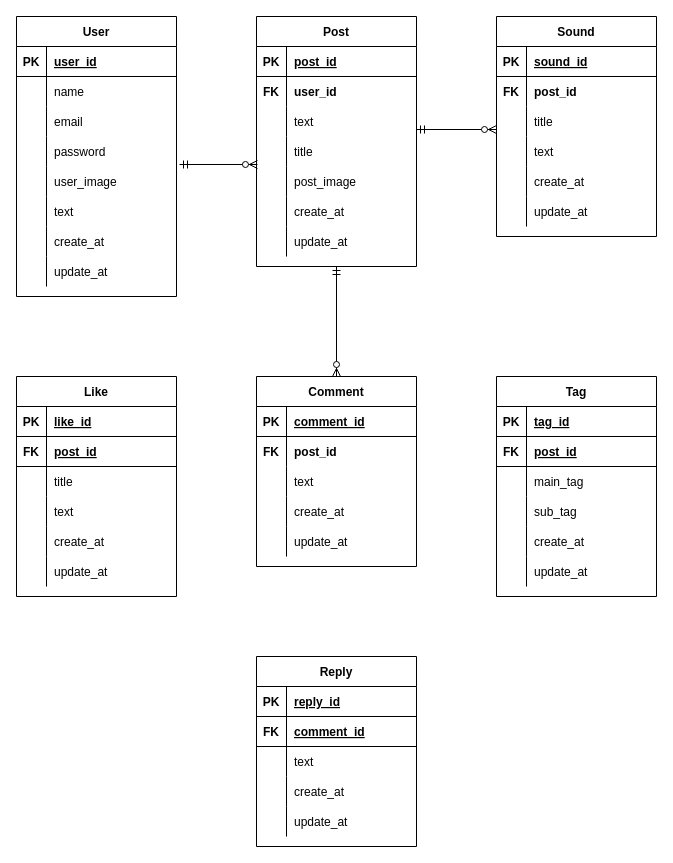
ueki397/test keeps this draw.io diagram as page "ページ3" (3 of 3) of portfolio.drawio. Above is the earlier version. Source tidied: cells renumbered, new cells numbered last; positions are measured from the earlier drawing's top-left corner, leaving out a move shared by most shapes. Both pictures are drawn from the tidied source at 100%, with x=0, y=0 at pixel (16, 16).
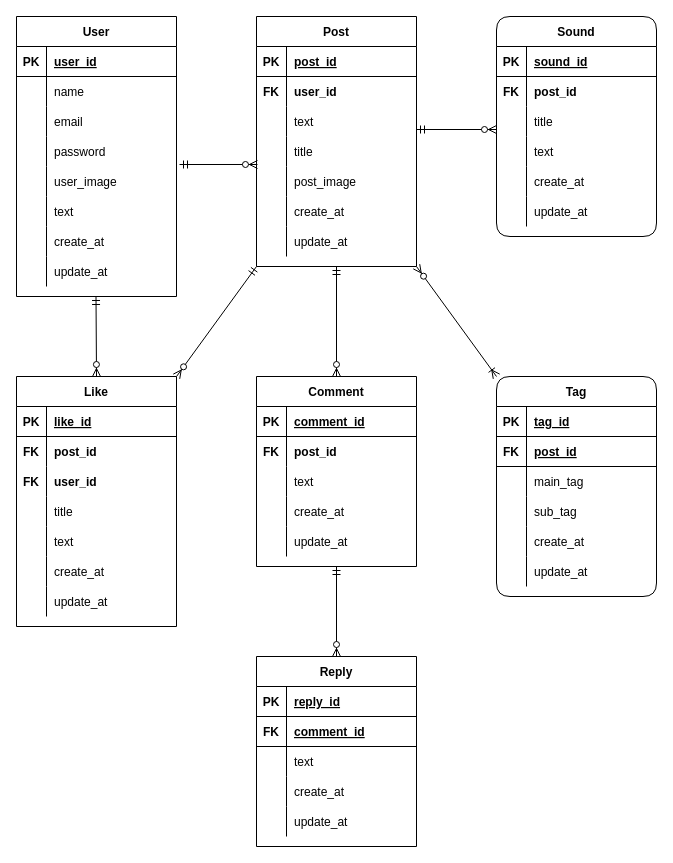
The same page after the edit.

The change refers to these unchanged cells:
```xml
<mxCell id="27" value="Post" style="shape=table;startSize=30;childLayout=tableLayout;rowLines=0;fontStyle=1;align=center;" parent="1" vertex="1">
  <mxGeometry x="240" width="160" height="250" as="geometry" />
</mxCell>
```

Diff of the diagram source:
```diff
@@
-    <mxCell id="49" value="Sound" style="shape=table;startSize=30;childLayout=tableLayout;rowLines=0;fontStyle=1;align=center;" parent="1" vertex="1">
+    <mxCell id="49" value="Sound" style="shape=table;startSize=30;childLayout=tableLayout;rowLines=0;fontStyle=1;align=center;rounded=1;" parent="1" vertex="1">
       <mxGeometry x="480" width="160" height="220" as="geometry" />
     </mxCell>
@@
-    <mxCell id="68" value="Tag" style="shape=table;startSize=30;childLayout=tableLayout;rowLines=0;fontStyle=1;align=center;" parent="1" vertex="1">
+    <mxCell id="68" value="Tag" style="shape=table;startSize=30;childLayout=tableLayout;rowLines=0;fontStyle=1;align=center;rounded=1;" parent="1" vertex="1">
       <mxGeometry x="480" y="360" width="160" height="220" as="geometry" />
     </mxCell>
@@
-    <mxCell id="87" value="Comment" style="shape=table;startSize=30;childLayout=tableLayout;rowLines=0;fontStyle=1;align=center;" parent="1" vertex="1">
+    <mxCell id="87" value="Comment" style="shape=table;startSize=30;childLayout=tableLayout;rowLines=0;fontStyle=1;align=center;rounded=0;" parent="1" vertex="1">
       <mxGeometry x="240" y="360" width="160" height="190" as="geometry" />
     </mxCell>
@@
-    <mxCell id="103" value="Reply" style="shape=table;startSize=30;childLayout=tableLayout;rowLines=0;fontStyle=1;align=center;" parent="1" vertex="1">
+    <mxCell id="103" value="Reply" style="shape=table;startSize=30;childLayout=tableLayout;rowLines=0;fontStyle=1;align=center;rounded=0;sketch=0;" parent="1" vertex="1">
       <mxGeometry x="240" y="640" width="160" height="190" as="geometry" />
     </mxCell>
@@
-    <mxCell id="119" value="Like" style="shape=table;startSize=30;childLayout=tableLayout;rowLines=0;fontStyle=1;align=center;" parent="1" vertex="1">
-      <mxGeometry y="360" width="160" height="220" as="geometry" />
+    <mxCell id="119" value="Like" style="shape=table;startSize=30;childLayout=tableLayout;rowLines=0;fontStyle=1;align=center;rounded=0;" parent="1" vertex="1">
+      <mxGeometry y="360" width="160" height="250" as="geometry" />
     </mxCell>
@@
-    <mxCell id="123" style="shape=partialRectangle;fillColor=none;top=0;left=0;bottom=1;right=0;" parent="119" vertex="1">
-      <mxGeometry y="60" width="160" height="30" as="geometry" />
-    </mxCell>
-    <mxCell id="124" value="FK" style="shape=partialRectangle;fillColor=none;top=0;left=0;bottom=0;right=0;fontStyle=1;overflow=hidden;" parent="123" vertex="1">
-      <mxGeometry width="30" height="30" as="geometry" />
-    </mxCell>
+    <mxCell id="141" style="shape=partialRectangle;fillColor=none;top=0;left=0;bottom=0;right=0;" parent="119" vertex="1">
+      <mxGeometry y="60" width="160" height="30" as="geometry" />
+    </mxCell>
+    <mxCell id="142" value="FK" style="shape=partialRectangle;fillColor=none;top=0;left=0;bottom=0;right=0;overflow=hidden;fontStyle=1;" parent="141" vertex="1">
+      <mxGeometry width="30" height="30" as="geometry" />
+    </mxCell>
-    <mxCell id="125" value="post_id" style="shape=partialRectangle;fillColor=none;top=0;left=0;bottom=0;right=0;align=left;spacingLeft=6;fontStyle=5;overflow=hidden;" parent="123" vertex="1">
+    <mxCell id="125" value="post_id" style="shape=partialRectangle;fillColor=none;top=0;left=0;bottom=0;right=0;align=left;spacingLeft=6;overflow=hidden;fontStyle=1;" parent="141" vertex="1">
       <mxGeometry x="30" width="130" height="30" as="geometry" />
     </mxCell>
+    <mxCell id="143" style="shape=partialRectangle;fillColor=none;top=0;left=0;bottom=0;right=0;" parent="119" vertex="1">
+      <mxGeometry y="90" width="160" height="30" as="geometry" />
+    </mxCell>
+    <mxCell id="144" value="FK" style="shape=partialRectangle;fillColor=none;top=0;left=0;bottom=0;right=0;overflow=hidden;fontStyle=1;" parent="143" vertex="1">
+      <mxGeometry width="30" height="30" as="geometry" />
+    </mxCell>
+    <mxCell id="145" value="user_id" style="shape=partialRectangle;fillColor=none;top=0;left=0;bottom=0;right=0;align=left;spacingLeft=6;overflow=hidden;fontStyle=1;" parent="143" vertex="1">
+      <mxGeometry x="30" width="130" height="30" as="geometry" />
+    </mxCell>
     <mxCell id="126" style="shape=partialRectangle;fillColor=none;top=0;left=0;bottom=0;right=0;" parent="119" vertex="1">
-      <mxGeometry y="90" width="160" height="30" as="geometry" />
+      <mxGeometry y="120" width="160" height="30" as="geometry" />
     </mxCell>
@@
     <mxCell id="129" style="shape=partialRectangle;fillColor=none;top=0;left=0;bottom=0;right=0;" parent="119" vertex="1">
-      <mxGeometry y="120" width="160" height="30" as="geometry" />
+      <mxGeometry y="150" width="160" height="30" as="geometry" />
     </mxCell>
@@
     <mxCell id="132" style="shape=partialRectangle;fillColor=none;top=0;left=0;bottom=0;right=0;" parent="119" vertex="1">
-      <mxGeometry y="150" width="160" height="30" as="geometry" />
+      <mxGeometry y="180" width="160" height="30" as="geometry" />
     </mxCell>
@@
     <mxCell id="135" style="shape=partialRectangle;fillColor=none;top=0;left=0;bottom=0;right=0;" parent="119" vertex="1">
-      <mxGeometry y="180" width="160" height="30" as="geometry" />
+      <mxGeometry y="210" width="160" height="30" as="geometry" />
     </mxCell>
@@
+    <mxCell id="146" style="fontSize=12;html=1;endArrow=ERzeroToMany;startArrow=ERmandOne;exitX=0.5;exitY=1;exitDx=0;exitDy=0;rounded=1;jumpStyle=none;sketch=0;" parent="1" edge="1">
+      <mxGeometry relative="1" as="geometry">
+        <mxPoint x="79.5" y="280" as="sourcePoint" />
+        <mxPoint x="80" y="360" as="targetPoint" />
+      </mxGeometry>
+    </mxCell>
+    <mxCell id="147" style="fontSize=12;html=1;endArrow=ERzeroToMany;startArrow=ERmandOne;exitX=0;exitY=1;exitDx=0;exitDy=0;rounded=1;jumpStyle=none;sketch=0;entryX=1;entryY=0;entryDx=0;entryDy=0;endFill=1;" parent="1" edge="1" source="27" target="119">
+      <mxGeometry relative="1" as="geometry" />
+    </mxCell>
+    <mxCell id="148" style="fontSize=12;html=1;endArrow=ERoneToMany;startArrow=ERzeroToMany;exitX=1;exitY=1;exitDx=0;exitDy=0;rounded=1;jumpStyle=none;sketch=0;entryX=0;entryY=0;entryDx=0;entryDy=0;endFill=0;startFill=1;" parent="1" edge="1" source="27" target="68">
+      <mxGeometry relative="1" as="geometry" />
+    </mxCell>
+    <mxCell id="149" style="fontSize=12;html=1;endArrow=ERzeroToMany;startArrow=ERmandOne;exitX=0.5;exitY=1;exitDx=0;exitDy=0;rounded=1;jumpStyle=none;sketch=0;endFill=1;" parent="1" edge="1" source="87" target="103">
+      <mxGeometry relative="1" as="geometry" />
+    </mxCell>
```
